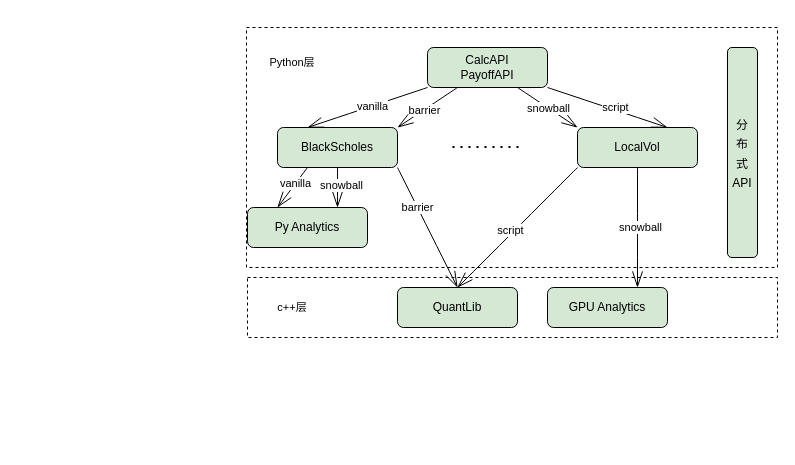
Above: page "Analytics" (14 of 16) of quant-dev-platform.drawio in blshao84/VaRReportingSys (draw.io), before the change. Source tidied: cells renumbered, new cells numbered last; positions are measured from the earlier drawing's top-left corner, leaving out a move shared by most shapes. Both pictures are drawn from the tidied source at 100%, with x=0, y=0 at pixel (246, 27).
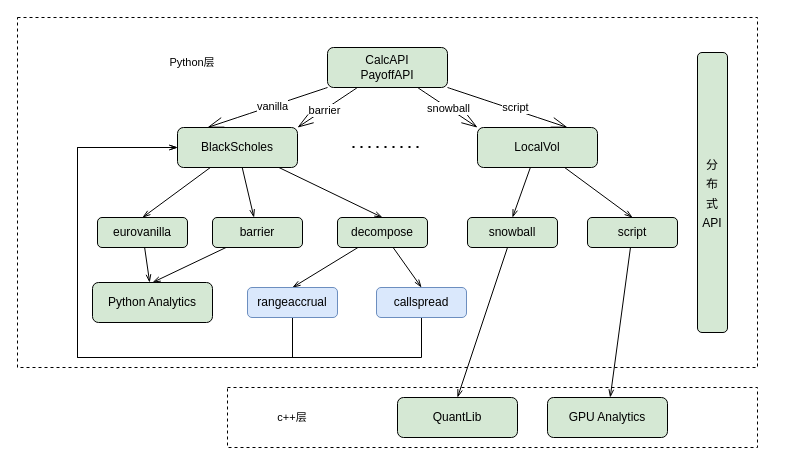
The same diagram, later.

What changed in the source:
```diff
@@
+    <mxCell id="30" style="rounded=0;whiteSpace=wrap;html=1;fontSize=11;dashed=1;fillColor=none;strokeColor=#000000;" parent="1" vertex="1">
+      <mxGeometry x="-229" y="-10" width="740" height="350" as="geometry" />
+    </mxCell>
     <mxCell id="2" style="rounded=0;whiteSpace=wrap;html=1;fontSize=11;dashed=1;fillColor=none;strokeColor=#000000;" parent="1" vertex="1">
-      <mxGeometry x="1" y="250" width="530" height="60" as="geometry" />
+      <mxGeometry x="-19" y="360" width="530" height="60" as="geometry" />
     </mxCell>
     <mxCell id="3" value="QuantLib" style="rounded=1;whiteSpace=wrap;html=1;hachureGap=4;fillColor=#d5e8d4;strokeColor=#000000;" parent="1" vertex="1">
-      <mxGeometry x="151" y="260" width="120" height="40" as="geometry" />
+      <mxGeometry x="151" y="370" width="120" height="40" as="geometry" />
     </mxCell>
-    <mxCell id="4" value="Py Analytics" style="rounded=1;whiteSpace=wrap;html=1;hachureGap=4;fillColor=#d5e8d4;strokeColor=#000000;" parent="1" vertex="1">
-      <mxGeometry x="1" y="180" width="120" height="40" as="geometry" />
-    </mxCell>
     <mxCell id="5" value="GPU Analytics" style="rounded=1;whiteSpace=wrap;html=1;hachureGap=4;fillColor=#d5e8d4;strokeColor=#000000;" parent="1" vertex="1">
-      <mxGeometry x="301" y="260" width="120" height="40" as="geometry" />
+      <mxGeometry x="301" y="370" width="120" height="40" as="geometry" />
     </mxCell>
-    <mxCell id="6" style="edgeStyle=none;curved=1;rounded=0;jettySize=auto;html=1;entryX=0.25;entryY=0;entryDx=0;entryDy=0;endArrow=openThin;endFill=0;startSize=14;endSize=14;sourcePerimeterSpacing=8;targetPerimeterSpacing=8;exitX=0.25;exitY=1;exitDx=0;exitDy=0;" parent="1" edge="1" source="12" target="4">
-      <mxGeometry relative="1" as="geometry" />
-    </mxCell>
-    <mxCell id="7" value="vanilla" style="edgeLabel;html=1;align=center;verticalAlign=middle;" parent="6" vertex="1">
-      <mxGeometry x="-0.21" y="-1" relative="1" as="geometry" />
-    </mxCell>
-    <mxCell id="8" style="edgeStyle=none;curved=1;rounded=0;jettySize=auto;html=1;entryX=0.5;entryY=0;entryDx=0;entryDy=0;endArrow=openThin;endFill=0;startSize=14;endSize=14;sourcePerimeterSpacing=8;targetPerimeterSpacing=8;exitX=1;exitY=1;exitDx=0;exitDy=0;" parent="1" edge="1" source="12" target="3">
-      <mxGeometry relative="1" as="geometry" />
-    </mxCell>
-    <mxCell id="9" value="barrier" style="edgeLabel;html=1;align=center;verticalAlign=middle;points=[];" parent="8" vertex="1">
-      <mxGeometry x="-0.34" relative="1" as="geometry" />
-    </mxCell>
-    <mxCell id="10" style="edgeStyle=none;curved=1;rounded=0;jettySize=auto;html=1;entryX=0.75;entryY=0;entryDx=0;entryDy=0;endArrow=openThin;endFill=0;startSize=14;endSize=14;sourcePerimeterSpacing=8;targetPerimeterSpacing=8;exitX=0.5;exitY=1;exitDx=0;exitDy=0;" parent="1" edge="1" source="12" target="4">
-      <mxGeometry relative="1" as="geometry" />
-    </mxCell>
-    <mxCell id="11" value="snowball" style="edgeLabel;html=1;align=center;verticalAlign=middle;" parent="10" vertex="1">
-      <mxGeometry x="-0.15" relative="1" as="geometry">
-        <mxPoint x="3" as="offset" />
-      </mxGeometry>
-    </mxCell>
+    <mxCell id="32" style="rounded=0;jettySize=auto;html=1;entryX=0.5;entryY=0;entryDx=0;entryDy=0;labelBackgroundColor=none;fontSize=12;fontColor=#000000;startArrow=none;startFill=0;endArrow=openThin;endFill=0;strokeColor=#000000;" parent="1" edge="1" source="12" target="41">
+      <mxGeometry relative="1" as="geometry" />
+    </mxCell>
+    <mxCell id="33" style="edgeStyle=none;rounded=0;jettySize=auto;html=1;labelBackgroundColor=none;fontSize=12;fontColor=#000000;startArrow=none;startFill=0;endArrow=openThin;endFill=0;strokeColor=#000000;" parent="1" edge="1" source="12" target="9">
+      <mxGeometry relative="1" as="geometry" />
+    </mxCell>
+    <mxCell id="34" style="edgeStyle=none;rounded=0;jettySize=auto;html=1;entryX=0.5;entryY=0;entryDx=0;entryDy=0;labelBackgroundColor=none;fontSize=12;fontColor=#000000;startArrow=none;startFill=0;endArrow=openThin;endFill=0;strokeColor=#000000;" parent="1" edge="1" source="12" target="39">
+      <mxGeometry relative="1" as="geometry" />
+    </mxCell>
     <mxCell id="12" value="BlackScholes" style="rounded=1;whiteSpace=wrap;html=1;hachureGap=4;fillColor=#d5e8d4;strokeColor=#000000;" parent="1" vertex="1">
-      <mxGeometry x="31" y="100" width="120" height="40" as="geometry" />
+      <mxGeometry x="-69" y="100" width="120" height="40" as="geometry" />
     </mxCell>
-    <mxCell id="13" style="edgeStyle=none;curved=1;rounded=0;jettySize=auto;html=1;entryX=0.5;entryY=0;entryDx=0;entryDy=0;endArrow=openThin;endFill=0;startSize=14;endSize=14;sourcePerimeterSpacing=8;targetPerimeterSpacing=8;exitX=0;exitY=1;exitDx=0;exitDy=0;" parent="1" edge="1" source="17" target="3">
-      <mxGeometry relative="1" as="geometry" />
-    </mxCell>
-    <mxCell id="14" value="script" style="edgeLabel;html=1;align=center;verticalAlign=middle;points=[];" parent="13" vertex="1">
-      <mxGeometry x="0.08" y="-4" relative="1" as="geometry" />
-    </mxCell>
-    <mxCell id="15" style="edgeStyle=none;curved=1;rounded=0;jettySize=auto;html=1;entryX=0.75;entryY=0;entryDx=0;entryDy=0;endArrow=openThin;endFill=0;startSize=14;endSize=14;sourcePerimeterSpacing=8;targetPerimeterSpacing=8;exitX=0.5;exitY=1;exitDx=0;exitDy=0;" parent="1" edge="1" source="17" target="5">
-      <mxGeometry relative="1" as="geometry" />
-    </mxCell>
-    <mxCell id="16" value="snowball" style="edgeLabel;html=1;align=center;verticalAlign=middle;" parent="15" vertex="1">
-      <mxGeometry x="-0.01" y="2" relative="1" as="geometry" />
-    </mxCell>
+    <mxCell id="35" style="edgeStyle=none;rounded=0;jettySize=auto;html=1;entryX=0.5;entryY=0;entryDx=0;entryDy=0;labelBackgroundColor=none;fontSize=12;fontColor=#000000;startArrow=none;startFill=0;endArrow=openThin;endFill=0;strokeColor=#000000;" parent="1" edge="1" source="17" target="44">
+      <mxGeometry relative="1" as="geometry" />
+    </mxCell>
+    <mxCell id="36" style="edgeStyle=none;rounded=0;jettySize=auto;html=1;entryX=0.5;entryY=0;entryDx=0;entryDy=0;labelBackgroundColor=none;fontSize=12;fontColor=#000000;startArrow=none;startFill=0;endArrow=openThin;endFill=0;strokeColor=#000000;" parent="1" edge="1" source="17" target="14">
+      <mxGeometry relative="1" as="geometry" />
+    </mxCell>
     <mxCell id="17" value="LocalVol" style="rounded=1;whiteSpace=wrap;html=1;hachureGap=4;fillColor=#d5e8d4;strokeColor=#000000;" parent="1" vertex="1">
-      <mxGeometry x="331" y="100" width="120" height="40" as="geometry" />
+      <mxGeometry x="231" y="100" width="120" height="40" as="geometry" />
     </mxCell>
     <mxCell id="18" style="endArrow=none;dashed=1;html=1;dashPattern=1 3;strokeWidth=2;startSize=14;endSize=14;sourcePerimeterSpacing=8;targetPerimeterSpacing=8;" parent="1" edge="1">
       <mxGeometry relative="1" as="geometry">
-        <mxPoint x="206" y="119.5" as="sourcePoint" />
-        <mxPoint x="276" y="119.5" as="targetPoint" />
+        <mxPoint x="106" y="119.5" as="sourcePoint" />
+        <mxPoint x="176" y="119.5" as="targetPoint" />
       </mxGeometry>
     </mxCell>
@@
     <mxCell id="27" value="CalcAPI&lt;br&gt;PayoffAPI" style="rounded=1;whiteSpace=wrap;html=1;hachureGap=4;fillColor=#d5e8d4;strokeColor=#000000;" parent="1" vertex="1">
-      <mxGeometry x="181" y="20" width="120" height="40" as="geometry" />
+      <mxGeometry x="81" y="20" width="120" height="40" as="geometry" />
     </mxCell>
     <mxCell id="28" value="&lt;font style=&quot;font-size: 12px&quot;&gt;分&lt;br&gt;布&lt;br&gt;式&lt;br&gt;API&lt;/font&gt;" style="rounded=1;whiteSpace=wrap;html=1;shadow=0;sketch=0;fontSize=16;strokeWidth=1;fillColor=#d5e8d4;strokeColor=#000000;" parent="1" vertex="1">
-      <mxGeometry x="481" y="20" width="30" height="210" as="geometry" />
+      <mxGeometry x="451" y="25" width="30" height="280" as="geometry" />
     </mxCell>
     <mxCell id="29" value="c++层" style="text;html=1;strokeColor=none;fillColor=none;align=center;verticalAlign=middle;whiteSpace=wrap;rounded=0;fontSize=11;" parent="1" vertex="1">
-      <mxGeometry x="11" y="265" width="70" height="30" as="geometry" />
+      <mxGeometry x="11" y="375" width="70" height="30" as="geometry" />
     </mxCell>
-    <mxCell id="30" style="rounded=0;whiteSpace=wrap;html=1;fontSize=11;dashed=1;fillColor=none;strokeColor=#000000;" parent="1" vertex="1">
-      <mxGeometry width="531" height="240" as="geometry" />
-    </mxCell>
     <mxCell id="31" value="Python层" style="text;html=1;strokeColor=none;fillColor=none;align=center;verticalAlign=middle;whiteSpace=wrap;rounded=0;fontSize=11;" parent="1" vertex="1">
-      <mxGeometry x="11" y="20" width="70" height="30" as="geometry" />
+      <mxGeometry x="-89" y="20" width="70" height="30" as="geometry" />
     </mxCell>
+    <mxCell id="37" style="edgeStyle=none;rounded=0;jettySize=auto;html=1;entryX=0.5;entryY=0;entryDx=0;entryDy=0;labelBackgroundColor=none;fontSize=12;fontColor=#000000;startArrow=none;startFill=0;endArrow=openThin;endFill=0;strokeColor=#000000;" parent="1" edge="1" source="39" target="47">
+      <mxGeometry relative="1" as="geometry" />
+    </mxCell>
+    <mxCell id="38" style="edgeStyle=none;rounded=0;jettySize=auto;html=1;entryX=0.5;entryY=0;entryDx=0;entryDy=0;labelBackgroundColor=none;fontSize=12;fontColor=#000000;startArrow=none;startFill=0;endArrow=openThin;endFill=0;strokeColor=#000000;" parent="1" edge="1" source="39" target="49">
+      <mxGeometry relative="1" as="geometry" />
+    </mxCell>
+    <mxCell id="39" value="decompose" style="rounded=1;whiteSpace=wrap;html=1;hachureGap=4;fillColor=#d5e8d4;strokeColor=#000000;" parent="1" vertex="1">
+      <mxGeometry x="91" y="190" width="90" height="30" as="geometry" />
+    </mxCell>
+    <mxCell id="40" style="edgeStyle=none;rounded=0;jettySize=auto;html=1;labelBackgroundColor=none;fontSize=12;fontColor=#000000;startArrow=none;startFill=0;endArrow=openThin;endFill=0;strokeColor=#000000;" parent="1" edge="1" source="41" target="50">
+      <mxGeometry relative="1" as="geometry" />
+    </mxCell>
+    <mxCell id="41" value="eurovanilla" style="rounded=1;whiteSpace=wrap;html=1;hachureGap=4;fillColor=#d5e8d4;strokeColor=#000000;" parent="1" vertex="1">
+      <mxGeometry x="-149" y="190" width="90" height="30" as="geometry" />
+    </mxCell>
+    <mxCell id="42" style="edgeStyle=none;rounded=0;jettySize=auto;html=1;entryX=0.5;entryY=0;entryDx=0;entryDy=0;labelBackgroundColor=none;fontSize=12;fontColor=#000000;startArrow=none;startFill=0;endArrow=openThin;endFill=0;strokeColor=#000000;" parent="1" edge="1" source="9" target="50">
+      <mxGeometry relative="1" as="geometry" />
+    </mxCell>
+    <mxCell id="9" value="barrier" style="rounded=1;whiteSpace=wrap;html=1;hachureGap=4;fillColor=#d5e8d4;strokeColor=#000000;" parent="1" vertex="1">
+      <mxGeometry x="-34" y="190" width="90" height="30" as="geometry" />
+    </mxCell>
+    <mxCell id="43" style="edgeStyle=none;rounded=0;jettySize=auto;html=1;entryX=0.5;entryY=0;entryDx=0;entryDy=0;labelBackgroundColor=none;fontSize=12;fontColor=#000000;startArrow=none;startFill=0;endArrow=openThin;endFill=0;strokeColor=#000000;" parent="1" edge="1" source="44" target="3">
+      <mxGeometry relative="1" as="geometry" />
+    </mxCell>
+    <mxCell id="44" value="snowball" style="rounded=1;whiteSpace=wrap;html=1;hachureGap=4;fillColor=#d5e8d4;strokeColor=#000000;" parent="1" vertex="1">
+      <mxGeometry x="221" y="190" width="90" height="30" as="geometry" />
+    </mxCell>
+    <mxCell id="45" style="edgeStyle=none;rounded=0;jettySize=auto;html=1;labelBackgroundColor=none;fontSize=12;fontColor=#000000;startArrow=none;startFill=0;endArrow=openThin;endFill=0;strokeColor=#000000;" parent="1" edge="1" source="14" target="5">
+      <mxGeometry relative="1" as="geometry" />
+    </mxCell>
+    <mxCell id="14" value="script" style="rounded=1;whiteSpace=wrap;html=1;hachureGap=4;fillColor=#d5e8d4;strokeColor=#000000;" parent="1" vertex="1">
+      <mxGeometry x="341" y="190" width="90" height="30" as="geometry" />
+    </mxCell>
+    <mxCell id="46" style="edgeStyle=orthogonalEdgeStyle;rounded=0;jettySize=auto;html=1;entryX=0;entryY=0.5;entryDx=0;entryDy=0;labelBackgroundColor=none;fontSize=12;fontColor=#000000;startArrow=none;startFill=0;endArrow=openThin;endFill=0;strokeColor=#000000;" parent="1" edge="1" source="47" target="12">
+      <mxGeometry relative="1" as="geometry">
+        <Array as="points">
+          <mxPoint x="46" y="330" />
+          <mxPoint x="-169" y="330" />
+          <mxPoint x="-169" y="120" />
+        </Array>
+      </mxGeometry>
+    </mxCell>
+    <mxCell id="47" value="rangeaccrual" style="rounded=1;whiteSpace=wrap;html=1;hachureGap=4;fillColor=#dae8fc;strokeColor=#6c8ebf;" parent="1" vertex="1">
+      <mxGeometry x="1" y="260" width="90" height="30" as="geometry" />
+    </mxCell>
+    <mxCell id="48" style="edgeStyle=orthogonalEdgeStyle;rounded=0;jettySize=auto;html=1;entryX=0;entryY=0.5;entryDx=0;entryDy=0;labelBackgroundColor=none;fontSize=12;fontColor=#000000;startArrow=none;startFill=0;endArrow=openThin;endFill=0;strokeColor=#000000;" parent="1" edge="1" source="49" target="12">
+      <mxGeometry relative="1" as="geometry">
+        <Array as="points">
+          <mxPoint x="175" y="330" />
+          <mxPoint x="-169" y="330" />
+          <mxPoint x="-169" y="120" />
+        </Array>
+      </mxGeometry>
+    </mxCell>
+    <mxCell id="49" value="callspread" style="rounded=1;whiteSpace=wrap;html=1;hachureGap=4;fillColor=#dae8fc;strokeColor=#6c8ebf;" parent="1" vertex="1">
+      <mxGeometry x="130" y="260" width="90" height="30" as="geometry" />
+    </mxCell>
+    <mxCell id="50" value="Python Analytics" style="rounded=1;whiteSpace=wrap;html=1;hachureGap=4;fillColor=#d5e8d4;strokeColor=#000000;" parent="1" vertex="1">
+      <mxGeometry x="-154" y="255" width="120" height="40" as="geometry" />
+    </mxCell>
```
